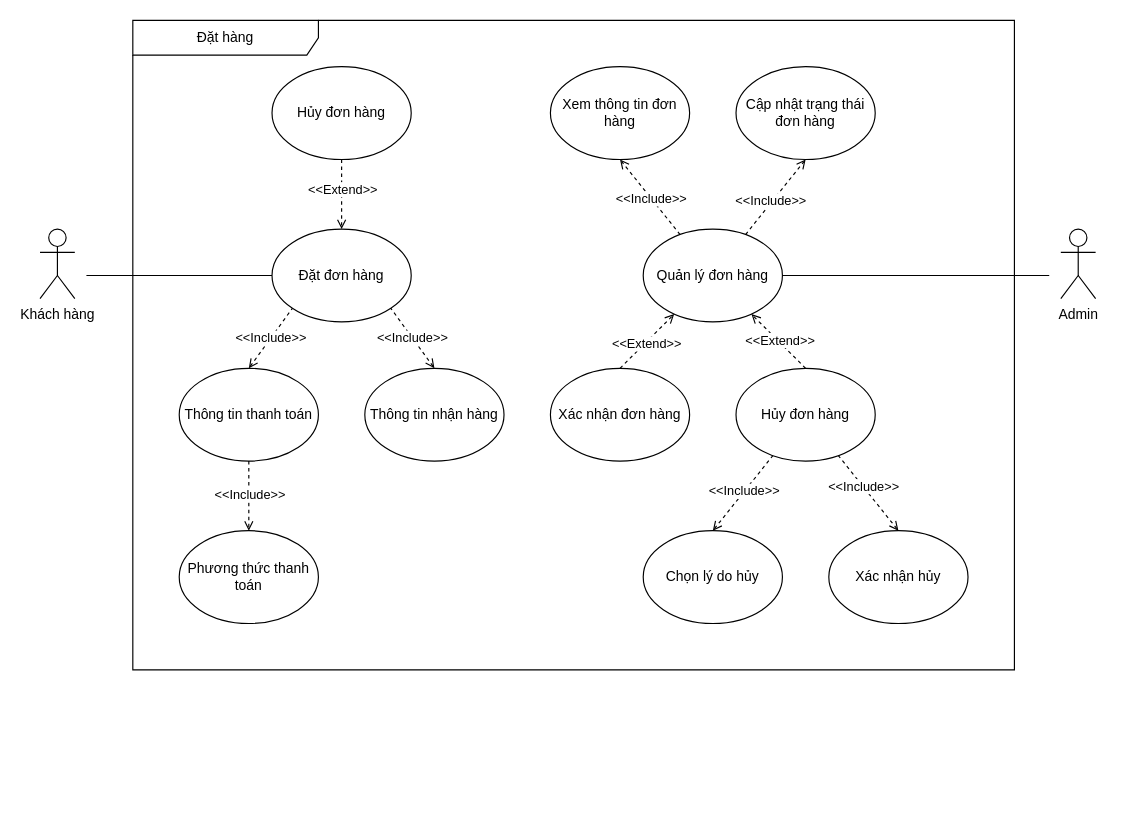
Above: page "QuanLyDonHang" (3 of 7) of usecase.drawio in QuangHuy2201/FinalProject-Diagrams (draw.io), before the change. Source tidied: cells renumbered, new cells numbered last; positions are measured from the earlier drawing's top-left corner, leaving out a move shared by most shapes. Both pictures are drawn from the tidied source at 116%, with x=0, y=0 at pixel (39, 20).
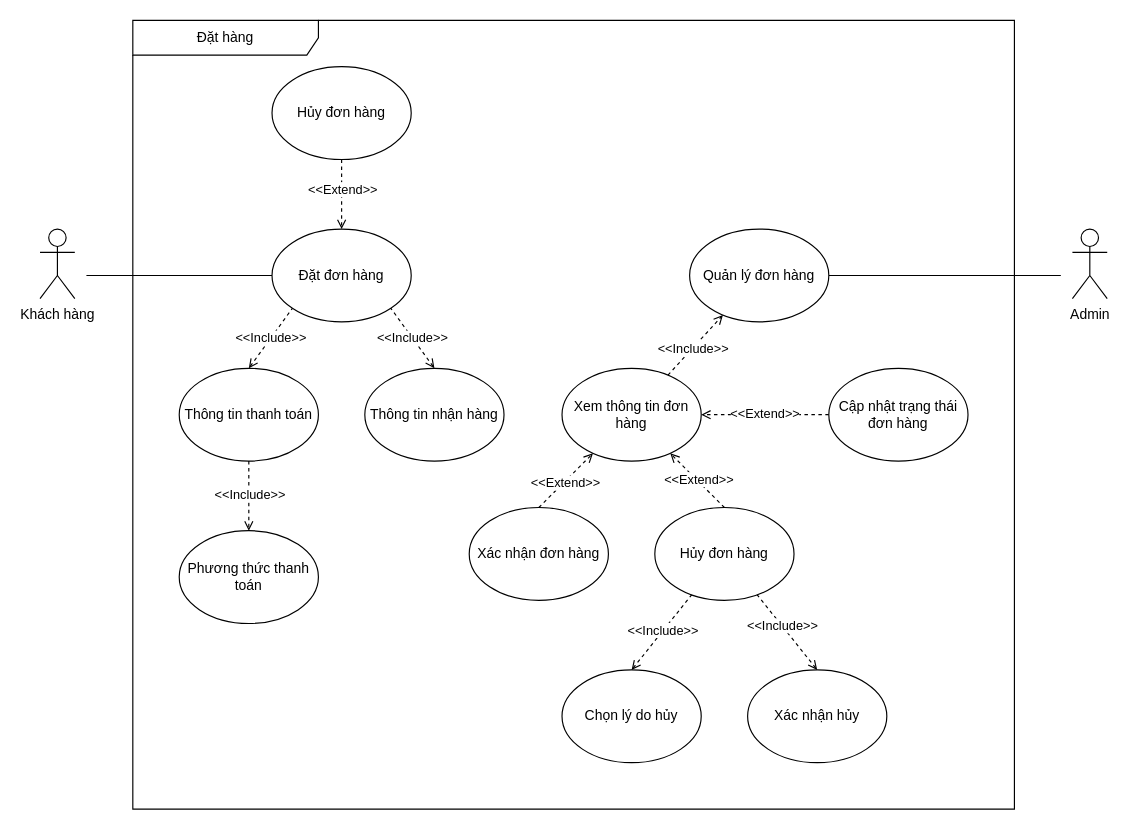
Above is the later version.

What changed in the source:
```diff
@@
-    <mxCell id="4" style="rounded=0;jettySize=auto;html=1;entryX=0.5;entryY=1;entryDx=0;entryDy=0;dashed=1;endArrow=open;endFill=0;" parent="1" edge="1" source="9" target="14">
-      <mxGeometry relative="1" as="geometry" />
-    </mxCell>
-    <mxCell id="5" value="&amp;lt;&amp;lt;Include&amp;gt;&amp;gt;" style="edgeLabel;html=1;align=center;verticalAlign=middle;" parent="4" vertex="1">
-      <mxGeometry x="-0.03" relative="1" as="geometry" />
-    </mxCell>
-    <mxCell id="6" style="rounded=0;jettySize=auto;html=1;entryX=0.5;entryY=1;entryDx=0;entryDy=0;endArrow=open;endFill=0;dashed=1;" parent="1" edge="1" source="9" target="15">
-      <mxGeometry relative="1" as="geometry" />
-    </mxCell>
-    <mxCell id="7" value="&amp;lt;&amp;lt;Include&amp;gt;&amp;gt;" style="edgeLabel;html=1;align=center;verticalAlign=middle;" parent="6" vertex="1">
-      <mxGeometry x="-0.13" y="1" relative="1" as="geometry" />
-    </mxCell>
     <mxCell id="8" style="rounded=0;jettySize=auto;html=1;endArrow=none;endFill=0;" parent="1" edge="1" source="9">
       <mxGeometry relative="1" as="geometry">
-        <mxPoint x="870" y="220" as="targetPoint" />
+        <mxPoint x="880" y="220" as="targetPoint" />
       </mxGeometry>
     </mxCell>
     <mxCell id="9" value="Quản lý đơn hàng" style="ellipse;whiteSpace=wrap;html=1;" parent="1" vertex="1">
-      <mxGeometry x="520" y="180" width="120" height="80" as="geometry" />
+      <mxGeometry x="560" y="180" width="120" height="80" as="geometry" />
     </mxCell>
-    <mxCell id="10" style="rounded=0;jettySize=auto;html=1;dashed=1;endArrow=open;endFill=0;exitX=0.5;exitY=0;exitDx=0;exitDy=0;" parent="1" edge="1" source="33" target="9">
-      <mxGeometry relative="1" as="geometry" />
+    <mxCell id="10" style="rounded=0;jettySize=auto;html=1;dashed=1;endArrow=open;endFill=0;exitX=0.5;exitY=0;exitDx=0;exitDy=0;" parent="1" edge="1" source="33">
+      <mxGeometry relative="1" as="geometry">
+        <mxPoint x="476.7" y="373.3" as="targetPoint" />
+      </mxGeometry>
     </mxCell>
@@
-    <mxCell id="12" style="rounded=0;jettySize=auto;html=1;dashed=1;endArrow=open;endFill=0;exitX=0.5;exitY=0;exitDx=0;exitDy=0;" parent="1" edge="1" source="34" target="9">
-      <mxGeometry relative="1" as="geometry" />
+    <mxCell id="12" style="rounded=0;jettySize=auto;html=1;dashed=1;endArrow=open;endFill=0;exitX=0.5;exitY=0;exitDx=0;exitDy=0;" parent="1" edge="1" source="34">
+      <mxGeometry relative="1" as="geometry">
+        <mxPoint x="543.3" y="373.3" as="targetPoint" />
+      </mxGeometry>
     </mxCell>
@@
+    <mxCell id="39" style="rounded=0;jettySize=auto;html=1;dashed=1;endArrow=open;endFill=0;" parent="1" edge="1" source="14" target="9">
+      <mxGeometry relative="1" as="geometry" />
+    </mxCell>
+    <mxCell id="40" value="&amp;lt;&amp;lt;Include&amp;gt;&amp;gt;" style="edgeLabel;html=1;align=center;verticalAlign=middle;" parent="39" vertex="1">
+      <mxGeometry x="-0.08" relative="1" as="geometry" />
+    </mxCell>
     <mxCell id="14" value="Xem thông tin đơn hàng" style="ellipse;whiteSpace=wrap;html=1;" parent="1" vertex="1">
-      <mxGeometry x="440" y="40" width="120" height="80" as="geometry" />
+      <mxGeometry x="450" y="300" width="120" height="80" as="geometry" />
     </mxCell>
+    <mxCell id="41" style="rounded=0;jettySize=auto;html=1;dashed=1;endArrow=open;endFill=0;" parent="1" edge="1" source="15" target="14">
+      <mxGeometry relative="1" as="geometry" />
+    </mxCell>
+    <mxCell id="42" value="&amp;lt;&amp;lt;Extend&amp;gt;&amp;gt;" style="edgeLabel;html=1;align=center;verticalAlign=middle;" parent="41" vertex="1">
+      <mxGeometry x="0.02" y="-2" relative="1" as="geometry" />
+    </mxCell>
     <mxCell id="15" value="Cập nhật trạng thái đơn hàng" style="ellipse;whiteSpace=wrap;html=1;" parent="1" vertex="1">
-      <mxGeometry x="600" y="40" width="120" height="80" as="geometry" />
+      <mxGeometry x="680" y="300" width="120" height="80" as="geometry" />
     </mxCell>
     <mxCell id="16" value="Admin" style="shape=umlActor;verticalLabelPosition=bottom;verticalAlign=top;html=1;" parent="1" vertex="1">
-      <mxGeometry x="880" y="180" width="30" height="60" as="geometry" />
+      <mxGeometry x="890" y="180" width="30" height="60" as="geometry" />
     </mxCell>
     <mxCell id="17" value="Đặt hàng" style="shape=umlFrame;whiteSpace=wrap;html=1;width=160;" parent="1" vertex="1">
-      <mxGeometry x="80" width="760" height="560" as="geometry" />
+      <mxGeometry x="80" width="760" height="680" as="geometry" />
     </mxCell>
@@
     <mxCell id="31" value="Chọn lý do hủy" style="ellipse;whiteSpace=wrap;html=1;" parent="1" vertex="1">
-      <mxGeometry x="520" y="440" width="120" height="80" as="geometry" />
+      <mxGeometry x="450" y="560" width="120" height="80" as="geometry" />
     </mxCell>
     <mxCell id="32" value="Xác nhận hủy" style="ellipse;whiteSpace=wrap;html=1;" parent="1" vertex="1">
-      <mxGeometry x="680" y="440" width="120" height="80" as="geometry" />
+      <mxGeometry x="610" y="560" width="120" height="80" as="geometry" />
     </mxCell>
     <mxCell id="33" value="Xác nhận đơn hàng" style="ellipse;whiteSpace=wrap;html=1;" parent="1" vertex="1">
-      <mxGeometry x="440" y="300" width="120" height="80" as="geometry" />
+      <mxGeometry x="370" y="420" width="120" height="80" as="geometry" />
     </mxCell>
     <mxCell id="34" value="Hủy đơn hàng" style="ellipse;whiteSpace=wrap;html=1;" parent="1" vertex="1">
-      <mxGeometry x="600" y="300" width="120" height="80" as="geometry" />
+      <mxGeometry x="530" y="420" width="120" height="80" as="geometry" />
     </mxCell>
```
